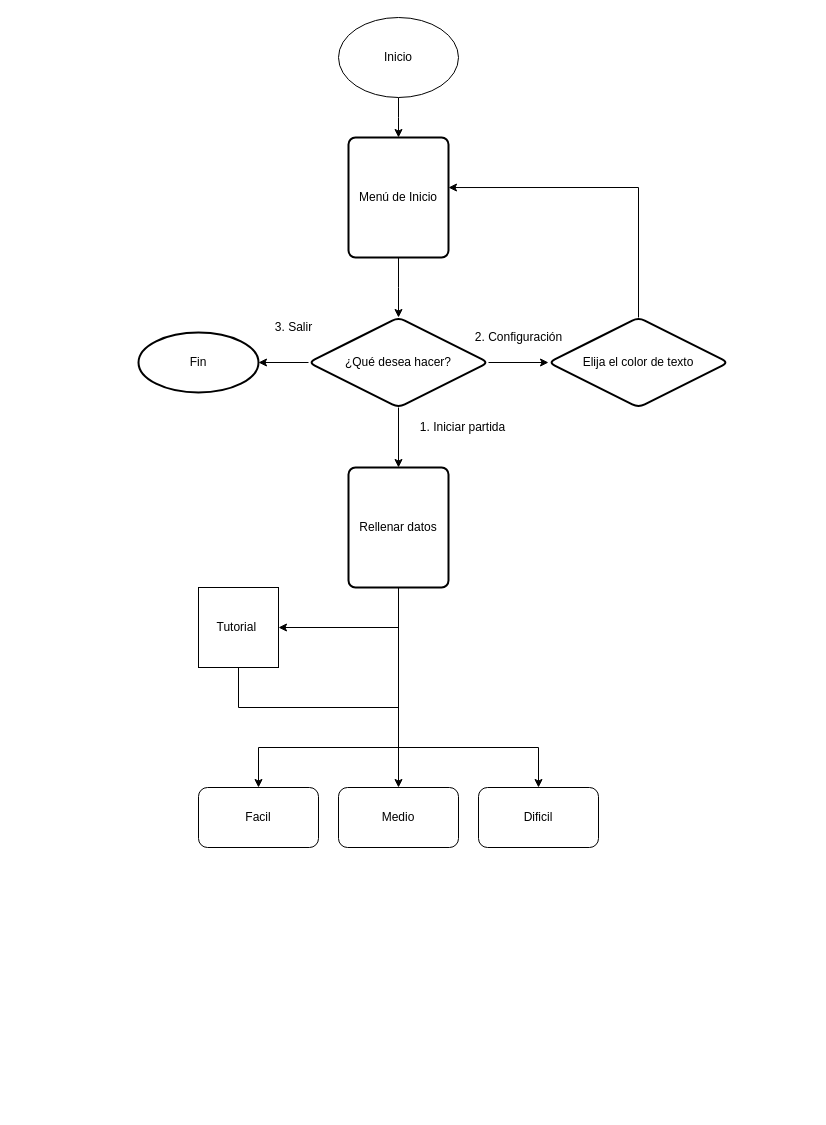
This is Diagrama de flujo.drawio from aigora/twQ103_2122-control-z, a draw.io file, before an edit. Source tidied: cells renumbered, new cells numbered last; positions are measured from the earlier drawing's top-left corner, leaving out a move shared by most shapes. Both pictures are drawn from the tidied source at 100%, with x=0, y=0 at pixel (138, 17).
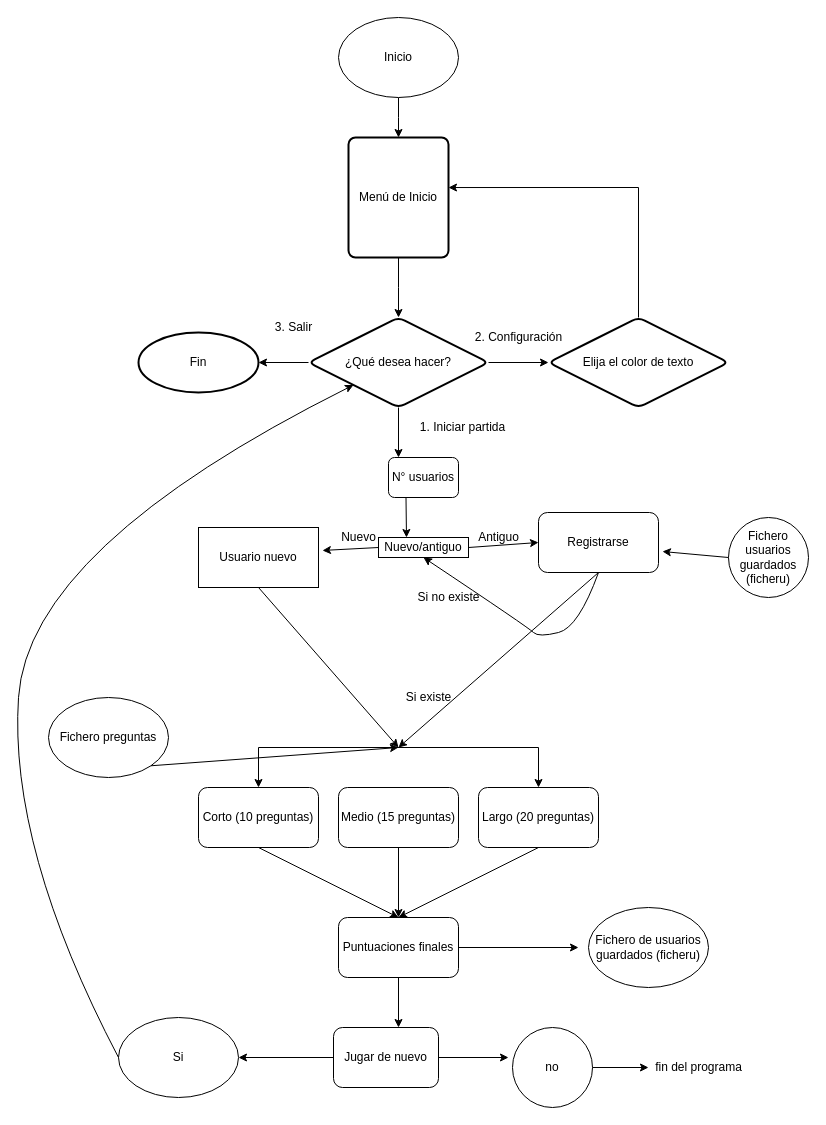
The same diagram, later.

Commit message:
draw io tocho

Unchanged cells that the change refers to:
```xml
<mxCell id="7" value="¿Qué desea hacer?" style="rhombus;whiteSpace=wrap;html=1;rounded=1;arcSize=14;strokeWidth=2;" parent="1" vertex="1">
  <mxGeometry x="170" y="300" width="180" height="90" as="geometry" />
</mxCell>
```

Diff of the diagram source:
```diff
@@
-    <mxCell id="14" style="edgeStyle=orthogonalEdgeStyle;rounded=0;jettySize=auto;html=1;exitX=0.5;exitY=1;exitDx=0;exitDy=0;entryX=0.5;entryY=0;entryDx=0;entryDy=0;" parent="1" edge="1" source="7" target="16">
-      <mxGeometry relative="1" as="geometry" />
-    </mxCell>
-    <mxCell id="15" style="edgeStyle=orthogonalEdgeStyle;rounded=0;jettySize=auto;html=1;entryX=0.5;entryY=0;entryDx=0;entryDy=0;" parent="1" edge="1" source="16" target="24">
-      <mxGeometry relative="1" as="geometry" />
-    </mxCell>
-    <mxCell id="16" value="Rellenar datos" style="rounded=1;whiteSpace=wrap;html=1;absoluteArcSize=1;arcSize=14;strokeWidth=2;" parent="1" vertex="1">
-      <mxGeometry x="210" y="450" width="100" height="120" as="geometry" />
-    </mxCell>
@@
-    <mxCell id="19" style="endArrow=classic;html=1;rounded=0;" parent="1" edge="1">
-      <mxGeometry relative="1" as="geometry">
-        <mxPoint x="260" y="610" as="sourcePoint" />
-        <mxPoint x="140" y="610" as="targetPoint" />
-      </mxGeometry>
-    </mxCell>
-    <mxCell id="20" value="Tutorial&amp;nbsp;" style="whiteSpace=wrap;html=1;labelBorderColor=none;" parent="1" vertex="1">
-      <mxGeometry x="60" y="570" width="80" height="80" as="geometry" />
-    </mxCell>
-    <mxCell id="21" style="endArrow=none;html=1;rounded=0;" parent="1" edge="1">
-      <mxGeometry relative="1" as="geometry">
-        <mxPoint x="100" y="690" as="sourcePoint" />
-        <mxPoint x="100" y="650" as="targetPoint" />
-      </mxGeometry>
-    </mxCell>
-    <mxCell id="22" style="endArrow=none;html=1;rounded=0;" parent="1" edge="1">
-      <mxGeometry relative="1" as="geometry">
-        <mxPoint x="100" y="690" as="sourcePoint" />
-        <mxPoint x="260" y="690" as="targetPoint" />
-      </mxGeometry>
-    </mxCell>
-    <mxCell id="23" value="Facil" style="rounded=1;whiteSpace=wrap;html=1;" parent="1" vertex="1">
+    <mxCell id="23" value="Corto (10 preguntas)" style="rounded=1;whiteSpace=wrap;html=1;" parent="1" vertex="1">
       <mxGeometry x="60" y="770" width="120" height="60" as="geometry" />
     </mxCell>
-    <mxCell id="24" value="Medio" style="rounded=1;whiteSpace=wrap;html=1;" parent="1" vertex="1">
+    <mxCell id="24" value="Medio (15 preguntas)" style="rounded=1;whiteSpace=wrap;html=1;" parent="1" vertex="1">
       <mxGeometry x="200" y="770" width="120" height="60" as="geometry" />
     </mxCell>
-    <mxCell id="25" value="Dificil" style="rounded=1;whiteSpace=wrap;html=1;" parent="1" vertex="1">
+    <mxCell id="25" value="Largo (20 preguntas)" style="rounded=1;whiteSpace=wrap;html=1;" parent="1" vertex="1">
       <mxGeometry x="340" y="770" width="120" height="60" as="geometry" />
     </mxCell>
@@
+    <mxCell id="29" value="Registrarse" style="rounded=1;whiteSpace=wrap;html=1;" parent="1" vertex="1">
+      <mxGeometry x="400" y="495" width="120" height="60" as="geometry" />
+    </mxCell>
+    <mxCell id="30" style="edgeStyle=orthogonalEdgeStyle;rounded=0;orthogonalLoop=1;jettySize=auto;html=1;exitX=0.5;exitY=1;exitDx=0;exitDy=0;" parent="1" edge="1">
+      <mxGeometry relative="1" as="geometry">
+        <mxPoint x="180" y="610" as="sourcePoint" />
+        <mxPoint x="180" y="610" as="targetPoint" />
+      </mxGeometry>
+    </mxCell>
+    <mxCell id="31" value="Usuario nuevo" style="rounded=0;whiteSpace=wrap;html=1;" parent="1" vertex="1">
+      <mxGeometry x="60" y="510" width="120" height="60" as="geometry" />
+    </mxCell>
+    <mxCell id="32" value="Fichero usuarios guardados&lt;br&gt;(ficheru)" style="ellipse;whiteSpace=wrap;html=1;" parent="1" vertex="1">
+      <mxGeometry x="590" y="500" width="80" height="80" as="geometry" />
+    </mxCell>
+    <mxCell id="33" style="endArrow=classic;html=1;rounded=0;exitX=0;exitY=0.5;exitDx=0;exitDy=0;entryX=1.033;entryY=0.65;entryDx=0;entryDy=0;entryPerimeter=0;" parent="1" edge="1" source="32" target="29">
+      <mxGeometry relative="1" as="geometry" />
+    </mxCell>
+    <mxCell id="34" value="Si existe" style="text;html=1;align=center;verticalAlign=middle;strokeColor=none;fillColor=none;" parent="1" vertex="1">
+      <mxGeometry x="260" y="670" width="60" height="20" as="geometry" />
+    </mxCell>
+    <mxCell id="35" value="Si no existe" style="text;html=1;align=center;verticalAlign=middle;strokeColor=none;fillColor=none;" parent="1" vertex="1">
+      <mxGeometry x="270" y="570" width="80" height="20" as="geometry" />
+    </mxCell>
+    <mxCell id="36" style="endArrow=classic;html=1;rounded=0;exitX=0.5;exitY=1;exitDx=0;exitDy=0;" parent="1" edge="1" source="7">
+      <mxGeometry relative="1" as="geometry">
+        <mxPoint x="260" y="440" as="targetPoint" />
+      </mxGeometry>
+    </mxCell>
+    <mxCell id="37" value="N° usuarios" style="rounded=1;whiteSpace=wrap;html=1;" parent="1" vertex="1">
+      <mxGeometry x="250" y="440" width="70" height="40" as="geometry" />
+    </mxCell>
+    <mxCell id="38" style="endArrow=classic;html=1;rounded=0;exitX=0.25;exitY=1;exitDx=0;exitDy=0;" parent="1" edge="1" source="37">
+      <mxGeometry relative="1" as="geometry">
+        <mxPoint x="268" y="520" as="targetPoint" />
+      </mxGeometry>
+    </mxCell>
+    <mxCell id="39" value="Nuevo/antiguo" style="rounded=0;whiteSpace=wrap;html=1;" parent="1" vertex="1">
+      <mxGeometry x="240" y="520" width="90" height="20" as="geometry" />
+    </mxCell>
+    <mxCell id="40" style="endArrow=classic;html=1;rounded=0;entryX=0;entryY=0.5;entryDx=0;entryDy=0;exitX=1;exitY=0.5;exitDx=0;exitDy=0;" parent="1" edge="1" source="39" target="29">
+      <mxGeometry relative="1" as="geometry" />
+    </mxCell>
+    <mxCell id="41" value="Antiguo" style="text;html=1;align=center;verticalAlign=middle;strokeColor=none;fillColor=none;" parent="1" vertex="1">
+      <mxGeometry x="330" y="510" width="60" height="20" as="geometry" />
+    </mxCell>
+    <mxCell id="42" style="endArrow=classic;html=1;rounded=0;exitX=0;exitY=0.5;exitDx=0;exitDy=0;entryX=1.033;entryY=0.383;entryDx=0;entryDy=0;entryPerimeter=0;" parent="1" edge="1" source="39" target="31">
+      <mxGeometry relative="1" as="geometry" />
+    </mxCell>
+    <mxCell id="43" value="Nuevo" style="text;html=1;align=center;verticalAlign=middle;strokeColor=none;fillColor=none;" parent="1" vertex="1">
+      <mxGeometry x="195" y="510" width="50" height="20" as="geometry" />
+    </mxCell>
+    <mxCell id="44" style="curved=1;endArrow=classic;html=1;rounded=0;exitX=0.5;exitY=1;exitDx=0;exitDy=0;entryX=0.5;entryY=1;entryDx=0;entryDy=0;" parent="1" edge="1" source="29" target="39">
+      <mxGeometry relative="1" as="geometry">
+        <Array as="points">
+          <mxPoint x="440" y="610" />
+          <mxPoint x="400" y="620" />
+          <mxPoint x="390" y="610" />
+        </Array>
+      </mxGeometry>
+    </mxCell>
+    <mxCell id="45" style="endArrow=classic;html=1;rounded=0;exitX=0.5;exitY=1;exitDx=0;exitDy=0;" parent="1" edge="1" source="29">
+      <mxGeometry relative="1" as="geometry">
+        <mxPoint x="260" y="730" as="targetPoint" />
+      </mxGeometry>
+    </mxCell>
+    <mxCell id="46" style="endArrow=classic;html=1;rounded=0;exitX=0.5;exitY=1;exitDx=0;exitDy=0;" parent="1" edge="1" source="31">
+      <mxGeometry relative="1" as="geometry">
+        <mxPoint x="260" y="730" as="targetPoint" />
+      </mxGeometry>
+    </mxCell>
+    <mxCell id="47" style="endArrow=classic;html=1;rounded=0;exitX=0.5;exitY=1;exitDx=0;exitDy=0;" parent="1" edge="1" source="24">
+      <mxGeometry relative="1" as="geometry">
+        <mxPoint x="260" y="900" as="targetPoint" />
+      </mxGeometry>
+    </mxCell>
+    <mxCell id="48" style="endArrow=classic;html=1;rounded=0;exitX=0.5;exitY=1;exitDx=0;exitDy=0;" parent="1" edge="1" source="23">
+      <mxGeometry relative="1" as="geometry">
+        <mxPoint x="260" y="900" as="targetPoint" />
+      </mxGeometry>
+    </mxCell>
+    <mxCell id="49" style="endArrow=classic;html=1;rounded=0;exitX=0.5;exitY=1;exitDx=0;exitDy=0;" parent="1" edge="1" source="25">
+      <mxGeometry relative="1" as="geometry">
+        <mxPoint x="260" y="900" as="targetPoint" />
+      </mxGeometry>
+    </mxCell>
+    <mxCell id="50" value="Puntuaciones finales" style="rounded=1;whiteSpace=wrap;html=1;" parent="1" vertex="1">
+      <mxGeometry x="200" y="900" width="120" height="60" as="geometry" />
+    </mxCell>
+    <mxCell id="51" style="endArrow=classic;html=1;rounded=0;exitX=1;exitY=0.5;exitDx=0;exitDy=0;" parent="1" edge="1" source="50">
+      <mxGeometry relative="1" as="geometry">
+        <mxPoint x="440" y="930" as="targetPoint" />
+      </mxGeometry>
+    </mxCell>
+    <mxCell id="52" value="Fichero de usuarios guardados (ficheru)" style="ellipse;whiteSpace=wrap;html=1;" parent="1" vertex="1">
+      <mxGeometry x="450" y="890" width="120" height="80" as="geometry" />
+    </mxCell>
+    <mxCell id="53" value="Fichero preguntas" style="ellipse;whiteSpace=wrap;html=1;" parent="1" vertex="1">
+      <mxGeometry x="-90" y="680" width="120" height="80" as="geometry" />
+    </mxCell>
+    <mxCell id="54" style="endArrow=classic;html=1;rounded=0;exitX=1;exitY=1;exitDx=0;exitDy=0;" parent="1" edge="1" source="53">
+      <mxGeometry relative="1" as="geometry">
+        <mxPoint x="260" y="730" as="targetPoint" />
+      </mxGeometry>
+    </mxCell>
+    <mxCell id="55" style="endArrow=classic;html=1;rounded=0;exitX=0.5;exitY=1;exitDx=0;exitDy=0;" parent="1" edge="1" source="50">
+      <mxGeometry relative="1" as="geometry">
+        <mxPoint x="260" y="1010" as="targetPoint" />
+      </mxGeometry>
+    </mxCell>
+    <mxCell id="56" value="Jugar de nuevo" style="rounded=1;whiteSpace=wrap;html=1;" parent="1" vertex="1">
+      <mxGeometry x="195" y="1010" width="105" height="60" as="geometry" />
+    </mxCell>
+    <mxCell id="57" style="endArrow=classic;html=1;rounded=0;exitX=1;exitY=0.5;exitDx=0;exitDy=0;" parent="1" edge="1" source="56">
+      <mxGeometry relative="1" as="geometry">
+        <mxPoint x="370" y="1040" as="targetPoint" />
+      </mxGeometry>
+    </mxCell>
+    <mxCell id="58" value="no" style="ellipse;whiteSpace=wrap;html=1;" parent="1" vertex="1">
+      <mxGeometry x="374" y="1010" width="80" height="80" as="geometry" />
+    </mxCell>
+    <mxCell id="59" style="endArrow=classic;html=1;rounded=0;exitX=1;exitY=0.5;exitDx=0;exitDy=0;" parent="1" edge="1" source="58">
+      <mxGeometry relative="1" as="geometry">
+        <mxPoint x="510" y="1050" as="targetPoint" />
+      </mxGeometry>
+    </mxCell>
+    <mxCell id="60" value="fin del programa" style="text;html=1;align=center;verticalAlign=middle;strokeColor=none;fillColor=none;" parent="1" vertex="1">
+      <mxGeometry x="510" y="1040" width="100" height="20" as="geometry" />
+    </mxCell>
+    <mxCell id="61" style="endArrow=classic;html=1;rounded=0;exitX=0;exitY=0.5;exitDx=0;exitDy=0;" parent="1" edge="1" source="56">
+      <mxGeometry relative="1" as="geometry">
+        <mxPoint x="100" y="1040" as="targetPoint" />
+      </mxGeometry>
+    </mxCell>
+    <mxCell id="62" value="Si" style="ellipse;whiteSpace=wrap;html=1;" parent="1" vertex="1">
+      <mxGeometry x="-20" y="1000" width="120" height="80" as="geometry" />
+    </mxCell>
+    <mxCell id="63" style="curved=1;endArrow=classic;html=1;rounded=0;exitX=0;exitY=0.5;exitDx=0;exitDy=0;" parent="1" edge="1" source="62" target="7">
+      <mxGeometry relative="1" as="geometry">
+        <Array as="points">
+          <mxPoint x="-130" y="830" />
+          <mxPoint x="-110" y="530" />
+        </Array>
+      </mxGeometry>
+    </mxCell>
```
